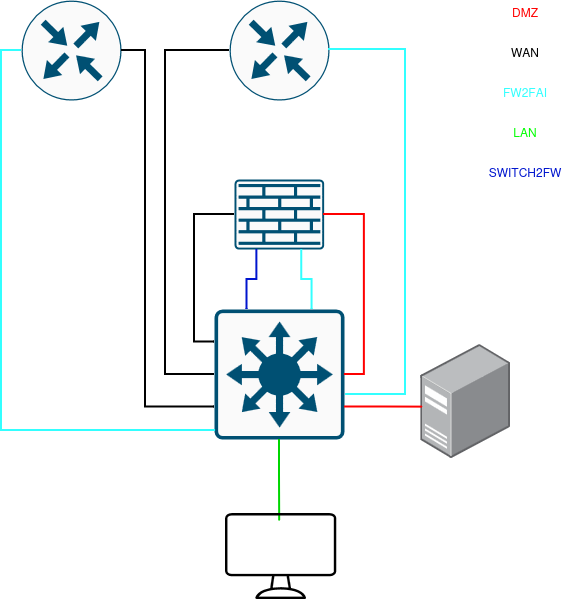
The draw.io diagram docs/assets/SchemaPhyDMZ.drawio.png in DSISportLudique/SportLudique2Doc, before a commit. Source tidied: cells renumbered, new cells last; positions are measured from the earlier drawing's top-left corner, leaving out a move shared by most shapes. The source it was exported from:
```xml
<mxGraphModel>
  <root>
    <mxCell id="0" />
    <mxCell id="1" parent="0" />
    <mxCell id="2" style="sketch=0;points=[[0.015,0.015,0],[0.985,0.015,0],[0.985,0.985,0],[0.015,0.985,0],[0.25,0,0],[0.5,0,0],[0.75,0,0],[1,0.25,0],[1,0.5,0],[1,0.75,0],[0.75,1,0],[0.5,1,0],[0.25,1,0],[0,0.75,0],[0,0.5,0],[0,0.25,0]];verticalLabelPosition=bottom;html=1;verticalAlign=top;align=center;shape=mxgraph.cisco19.rect;prIcon=l3_switch;fillColor=#FAFAFA;strokeColor=#005073;" parent="1" vertex="1">
      <mxGeometry x="193" y="309" width="130" height="130" as="geometry" />
    </mxCell>
    <mxCell id="3" style="sketch=0;points=[[0.015,0.015,0],[0.985,0.015,0],[0.985,0.985,0],[0.015,0.985,0],[0.25,0,0],[0.5,0,0],[0.75,0,0],[1,0.25,0],[1,0.5,0],[1,0.75,0],[0.75,1,0],[0.5,1,0],[0.25,1,0],[0,0.75,0],[0,0.5,0],[0,0.25,0]];verticalLabelPosition=bottom;html=1;verticalAlign=top;align=center;shape=mxgraph.cisco19.rect;prIcon=firewall;fillColor=#FAFAFA;strokeColor=#005073;" parent="1" vertex="1">
      <mxGeometry x="213" y="179" width="89.6" height="70" as="geometry" />
    </mxCell>
    <mxCell id="4" style="sketch=0;points=[[0.5,0,0],[1,0.5,0],[0.5,1,0],[0,0.5,0],[0.145,0.145,0],[0.8555,0.145,0],[0.855,0.8555,0],[0.145,0.855,0]];verticalLabelPosition=bottom;html=1;verticalAlign=top;align=center;shape=mxgraph.cisco19.rect;prIcon=router;fillColor=#FAFAFA;strokeColor=#005073;" parent="1" vertex="1">
      <mxGeometry x="208" width="100" height="100" as="geometry" />
    </mxCell>
    <mxCell id="5" style="edgeStyle=orthogonalEdgeStyle;rounded=0;jettySize=auto;html=1;exitX=0.75;exitY=0;exitDx=0;exitDy=0;exitPerimeter=0;entryX=0.75;entryY=1;entryDx=0;entryDy=0;entryPerimeter=0;endArrow=none;endFill=0;strokeColor=#33FFFF;strokeWidth=2;" parent="1" edge="1" source="2" target="3">
      <mxGeometry relative="1" as="geometry" />
    </mxCell>
    <mxCell id="6" style="edgeStyle=orthogonalEdgeStyle;rounded=0;jettySize=auto;html=1;exitX=1;exitY=0.5;exitDx=0;exitDy=0;exitPerimeter=0;entryX=1;entryY=0.5;entryDx=0;entryDy=0;entryPerimeter=0;endArrow=none;endFill=0;strokeColor=#FF0000;strokeWidth=2;" parent="1" edge="1" source="3" target="2">
      <mxGeometry relative="1" as="geometry" />
    </mxCell>
    <mxCell id="7" style="image;points=[];html=1;align=center;shadow=0;dashed=0;image=img/lib/allied_telesis/computer_and_terminals/Server_Desktop.svg;" parent="1" vertex="1">
      <mxGeometry x="399.4" y="344.2" width="89.6" height="113.6" as="geometry" />
    </mxCell>
    <mxCell id="8" style="edgeStyle=orthogonalEdgeStyle;rounded=0;jettySize=auto;html=1;exitX=1;exitY=0.75;exitDx=0;exitDy=0;exitPerimeter=0;entryX=0.021;entryY=0.55;entryDx=0;entryDy=0;entryPerimeter=0;endArrow=none;endFill=0;strokeColor=#FF0000;strokeWidth=2;" parent="1" edge="1" source="2" target="7">
      <mxGeometry relative="1" as="geometry" />
    </mxCell>
    <mxCell id="9" style="sketch=0;points=[[0.5,0,0],[1,0.5,0],[0.5,1,0],[0,0.5,0],[0.145,0.145,0],[0.8555,0.145,0],[0.855,0.8555,0],[0.145,0.855,0]];verticalLabelPosition=bottom;html=1;verticalAlign=top;align=center;shape=mxgraph.cisco19.rect;prIcon=router;fillColor=#FAFAFA;strokeColor=#005073;" parent="1" vertex="1">
      <mxGeometry width="100" height="100" as="geometry" />
    </mxCell>
    <mxCell id="10" style="edgeStyle=orthogonalEdgeStyle;rounded=0;jettySize=auto;html=1;exitX=0;exitY=0.75;exitDx=0;exitDy=0;exitPerimeter=0;entryX=1;entryY=0.5;entryDx=0;entryDy=0;entryPerimeter=0;endArrow=none;endFill=0;strokeWidth=2;" parent="1" edge="1" source="2" target="9">
      <mxGeometry relative="1" as="geometry">
        <Array as="points">
          <mxPoint x="124" y="406.5" />
          <mxPoint x="124" y="49.1" />
        </Array>
      </mxGeometry>
    </mxCell>
    <mxCell id="11" style="edgeStyle=orthogonalEdgeStyle;rounded=0;jettySize=auto;html=1;exitX=1;exitY=0.5;exitDx=0;exitDy=0;exitPerimeter=0;entryX=1.008;entryY=0.654;entryDx=0;entryDy=0;entryPerimeter=0;endArrow=none;endFill=0;strokeColor=#33FFFF;strokeWidth=2;" parent="1" edge="1" source="4" target="2">
      <mxGeometry relative="1" as="geometry">
        <Array as="points">
          <mxPoint x="384" y="49" />
          <mxPoint x="384" y="394" />
        </Array>
      </mxGeometry>
    </mxCell>
    <mxCell id="12" style="edgeStyle=orthogonalEdgeStyle;rounded=0;jettySize=auto;html=1;exitX=0;exitY=0.5;exitDx=0;exitDy=0;exitPerimeter=0;entryX=0.008;entryY=0.931;entryDx=0;entryDy=0;entryPerimeter=0;endArrow=none;endFill=0;strokeColor=#33FFFF;strokeWidth=2;" parent="1" edge="1" source="9" target="2">
      <mxGeometry relative="1" as="geometry" />
    </mxCell>
    <mxCell id="13" value="&lt;div&gt;&lt;span style=&quot;color: rgb(255, 0, 0);&quot;&gt;DMZ&lt;/span&gt;&lt;/div&gt;&lt;div&gt;&lt;span style=&quot;color: rgb(255, 0, 0);&quot;&gt;&lt;br&gt;&lt;/span&gt;&lt;/div&gt;" style="text;html=1;whiteSpace=wrap;strokeColor=none;fillColor=none;align=center;verticalAlign=middle;rounded=0;" parent="1" vertex="1">
      <mxGeometry x="474" y="4" width="60" height="30" as="geometry" />
    </mxCell>
    <mxCell id="14" value="WAN" style="text;html=1;whiteSpace=wrap;strokeColor=none;fillColor=none;align=center;verticalAlign=middle;rounded=0;" parent="1" vertex="1">
      <mxGeometry x="474" y="37" width="60" height="30" as="geometry" />
    </mxCell>
    <mxCell id="15" value="&lt;span style=&quot;color: rgb(51, 255, 255);&quot;&gt;FW2FAI&lt;/span&gt;" style="text;html=1;whiteSpace=wrap;strokeColor=none;fillColor=none;align=center;verticalAlign=middle;rounded=0;" parent="1" vertex="1">
      <mxGeometry x="474" y="77" width="60" height="30" as="geometry" />
    </mxCell>
    <mxCell id="16" value="&lt;span style=&quot;color: rgb(0, 255, 0);&quot;&gt;LAN&lt;/span&gt;" style="text;html=1;whiteSpace=wrap;strokeColor=none;fillColor=none;align=center;verticalAlign=middle;rounded=0;" parent="1" vertex="1">
      <mxGeometry x="474" y="117" width="60" height="30" as="geometry" />
    </mxCell>
    <mxCell id="17" style="edgeStyle=orthogonalEdgeStyle;rounded=0;jettySize=auto;html=1;exitX=0;exitY=0.25;exitDx=0;exitDy=0;exitPerimeter=0;entryX=0;entryY=0.5;entryDx=0;entryDy=0;entryPerimeter=0;strokeWidth=2;endArrow=none;endFill=0;" parent="1" edge="1" source="2" target="3">
      <mxGeometry relative="1" as="geometry" />
    </mxCell>
    <mxCell id="18" style="edgeStyle=orthogonalEdgeStyle;rounded=0;jettySize=auto;html=1;exitX=0;exitY=0.5;exitDx=0;exitDy=0;exitPerimeter=0;entryX=0;entryY=0.5;entryDx=0;entryDy=0;entryPerimeter=0;strokeWidth=2;endArrow=none;endFill=0;" parent="1" edge="1" source="2" target="4">
      <mxGeometry relative="1" as="geometry">
        <Array as="points">
          <mxPoint x="144" y="374" />
          <mxPoint x="144" y="49.1" />
        </Array>
      </mxGeometry>
    </mxCell>
    <mxCell id="19" style="edgeStyle=orthogonalEdgeStyle;rounded=0;jettySize=auto;html=1;entryX=0.487;entryY=0.088;entryDx=0;entryDy=0;entryPerimeter=0;endArrow=none;endFill=0;exitX=0.5;exitY=1;exitDx=0;exitDy=0;exitPerimeter=0;strokeColor=#00D600;strokeWidth=2;" parent="1" edge="1" source="2" target="20">
      <mxGeometry relative="1" as="geometry" />
    </mxCell>
    <mxCell id="20" style="sketch=0;verticalLabelPosition=bottom;sketch=0;html=1;verticalAlign=top;strokeColor=none;fillColor=#000000;align=center;outlineConnect=0;shape=mxgraph.citrix2.desktop;" parent="1" vertex="1">
      <mxGeometry x="204" y="513" width="111.2" height="86" as="geometry" />
    </mxCell>
    <mxCell id="21" style="edgeStyle=orthogonalEdgeStyle;rounded=0;jettySize=auto;html=1;exitX=0.25;exitY=0;exitDx=0;exitDy=0;exitPerimeter=0;entryX=0.25;entryY=1;entryDx=0;entryDy=0;entryPerimeter=0;endArrow=none;endFill=0;strokeWidth=2;strokeColor=#0015CE;" parent="1" edge="1" source="2" target="3">
      <mxGeometry relative="1" as="geometry" />
    </mxCell>
    <mxCell id="22" value="&lt;span style=&quot;color: rgb(0, 21, 206);&quot;&gt;SWITCH2FW&lt;/span&gt;" style="text;html=1;whiteSpace=wrap;strokeColor=none;fillColor=none;align=center;verticalAlign=middle;rounded=0;" parent="1" vertex="1">
      <mxGeometry x="474" y="157" width="60" height="30" as="geometry" />
    </mxCell>
  </root>
</mxGraphModel>
```
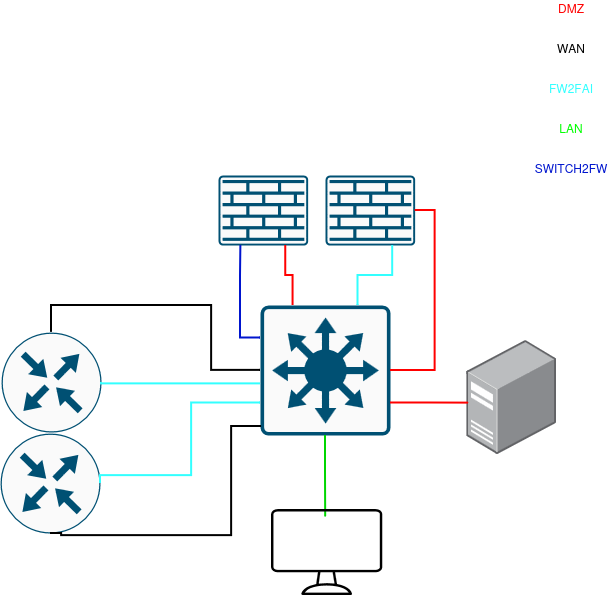
The same diagram one commit later.

Change to the diagram source:
```diff
@@ -6,10 +6,10 @@
       <mxGeometry x="193" y="309" width="130" height="130" as="geometry" />
     </mxCell>
     <mxCell id="3" style="sketch=0;points=[[0.015,0.015,0],[0.985,0.015,0],[0.985,0.985,0],[0.015,0.985,0],[0.25,0,0],[0.5,0,0],[0.75,0,0],[1,0.25,0],[1,0.5,0],[1,0.75,0],[0.75,1,0],[0.5,1,0],[0.25,1,0],[0,0.75,0],[0,0.5,0],[0,0.25,0]];verticalLabelPosition=bottom;html=1;verticalAlign=top;align=center;shape=mxgraph.cisco19.rect;prIcon=firewall;fillColor=#FAFAFA;strokeColor=#005073;" parent="1" vertex="1">
-      <mxGeometry x="213" y="179" width="89.6" height="70" as="geometry" />
+      <mxGeometry x="258" y="179" width="89.6" height="70" as="geometry" />
     </mxCell>
     <mxCell id="4" style="sketch=0;points=[[0.5,0,0],[1,0.5,0],[0.5,1,0],[0,0.5,0],[0.145,0.145,0],[0.8555,0.145,0],[0.855,0.8555,0],[0.145,0.855,0]];verticalLabelPosition=bottom;html=1;verticalAlign=top;align=center;shape=mxgraph.cisco19.rect;prIcon=router;fillColor=#FAFAFA;strokeColor=#005073;" parent="1" vertex="1">
-      <mxGeometry x="208" width="100" height="100" as="geometry" />
+      <mxGeometry x="-66" y="336" width="100" height="100" as="geometry" />
     </mxCell>
     <mxCell id="5" style="edgeStyle=orthogonalEdgeStyle;rounded=0;jettySize=auto;html=1;exitX=0.75;exitY=0;exitDx=0;exitDy=0;exitPerimeter=0;entryX=0.75;entryY=1;entryDx=0;entryDy=0;entryPerimeter=0;endArrow=none;endFill=0;strokeColor=#33FFFF;strokeWidth=2;" parent="1" edge="1" source="2" target="3">
       <mxGeometry relative="1" as="geometry" />
@@ -24,26 +24,24 @@
       <mxGeometry relative="1" as="geometry" />
     </mxCell>
     <mxCell id="9" style="sketch=0;points=[[0.5,0,0],[1,0.5,0],[0.5,1,0],[0,0.5,0],[0.145,0.145,0],[0.8555,0.145,0],[0.855,0.8555,0],[0.145,0.855,0]];verticalLabelPosition=bottom;html=1;verticalAlign=top;align=center;shape=mxgraph.cisco19.rect;prIcon=router;fillColor=#FAFAFA;strokeColor=#005073;" parent="1" vertex="1">
-      <mxGeometry width="100" height="100" as="geometry" />
+      <mxGeometry x="-67" y="437" width="100" height="100" as="geometry" />
     </mxCell>
-    <mxCell id="10" style="edgeStyle=orthogonalEdgeStyle;rounded=0;jettySize=auto;html=1;exitX=0;exitY=0.75;exitDx=0;exitDy=0;exitPerimeter=0;entryX=1;entryY=0.5;entryDx=0;entryDy=0;entryPerimeter=0;endArrow=none;endFill=0;strokeWidth=2;" parent="1" edge="1" source="2" target="9">
+    <mxCell id="10" style="edgeStyle=orthogonalEdgeStyle;rounded=0;jettySize=auto;html=1;exitX=0;exitY=0.75;exitDx=0;exitDy=0;exitPerimeter=0;entryX=1;entryY=0.5;entryDx=0;entryDy=0;entryPerimeter=0;endArrow=none;endFill=0;strokeWidth=2;strokeColor=#33FFFF;" parent="1" edge="1" source="2" target="9">
       <mxGeometry relative="1" as="geometry">
         <Array as="points">
-          <mxPoint x="124" y="406.5" />
-          <mxPoint x="124" y="49.1" />
+          <mxPoint x="124.1" y="406.5" />
+          <mxPoint x="124.1" y="479.1" />
         </Array>
       </mxGeometry>
     </mxCell>
-    <mxCell id="11" style="edgeStyle=orthogonalEdgeStyle;rounded=0;jettySize=auto;html=1;exitX=1;exitY=0.5;exitDx=0;exitDy=0;exitPerimeter=0;entryX=1.008;entryY=0.654;entryDx=0;entryDy=0;entryPerimeter=0;endArrow=none;endFill=0;strokeColor=#33FFFF;strokeWidth=2;" parent="1" edge="1" source="4" target="2">
-      <mxGeometry relative="1" as="geometry">
-        <Array as="points">
-          <mxPoint x="384" y="49" />
-          <mxPoint x="384" y="394" />
-        </Array>
-      </mxGeometry>
-    </mxCell>
-    <mxCell id="12" style="edgeStyle=orthogonalEdgeStyle;rounded=0;jettySize=auto;html=1;exitX=0;exitY=0.5;exitDx=0;exitDy=0;exitPerimeter=0;entryX=0.008;entryY=0.931;entryDx=0;entryDy=0;entryPerimeter=0;endArrow=none;endFill=0;strokeColor=#33FFFF;strokeWidth=2;" parent="1" edge="1" source="9" target="2">
-      <mxGeometry relative="1" as="geometry" />
+    <mxCell id="12" style="edgeStyle=orthogonalEdgeStyle;rounded=0;jettySize=auto;html=1;entryX=0.008;entryY=0.931;entryDx=0;entryDy=0;entryPerimeter=0;endArrow=none;endFill=0;strokeColor=#000000;strokeWidth=2;exitX=0.5;exitY=1;exitDx=0;exitDy=0;exitPerimeter=0;" parent="1" edge="1" source="9" target="2">
+      <mxGeometry relative="1" as="geometry">
+        <Array as="points">
+          <mxPoint x="-5.9" y="539.1" />
+          <mxPoint x="164.1" y="539.1" />
+          <mxPoint x="164.1" y="430" />
+        </Array>
+      </mxGeometry>
     </mxCell>
     <mxCell id="13" value="&lt;div&gt;&lt;span style=&quot;color: rgb(255, 0, 0);&quot;&gt;DMZ&lt;/span&gt;&lt;/div&gt;&lt;div&gt;&lt;span style=&quot;color: rgb(255, 0, 0);&quot;&gt;&lt;br&gt;&lt;/span&gt;&lt;/div&gt;" style="text;html=1;whiteSpace=wrap;strokeColor=none;fillColor=none;align=center;verticalAlign=middle;rounded=0;" parent="1" vertex="1">
       <mxGeometry x="474" y="4" width="60" height="30" as="geometry" />
@@ -57,14 +55,12 @@
     <mxCell id="16" value="&lt;span style=&quot;color: rgb(0, 255, 0);&quot;&gt;LAN&lt;/span&gt;" style="text;html=1;whiteSpace=wrap;strokeColor=none;fillColor=none;align=center;verticalAlign=middle;rounded=0;" parent="1" vertex="1">
       <mxGeometry x="474" y="117" width="60" height="30" as="geometry" />
     </mxCell>
-    <mxCell id="17" style="edgeStyle=orthogonalEdgeStyle;rounded=0;jettySize=auto;html=1;exitX=0;exitY=0.25;exitDx=0;exitDy=0;exitPerimeter=0;entryX=0;entryY=0.5;entryDx=0;entryDy=0;entryPerimeter=0;strokeWidth=2;endArrow=none;endFill=0;" parent="1" edge="1" source="2" target="3">
-      <mxGeometry relative="1" as="geometry" />
-    </mxCell>
-    <mxCell id="18" style="edgeStyle=orthogonalEdgeStyle;rounded=0;jettySize=auto;html=1;exitX=0;exitY=0.5;exitDx=0;exitDy=0;exitPerimeter=0;entryX=0;entryY=0.5;entryDx=0;entryDy=0;entryPerimeter=0;strokeWidth=2;endArrow=none;endFill=0;" parent="1" edge="1" source="2" target="4">
+    <mxCell id="18" style="edgeStyle=orthogonalEdgeStyle;rounded=0;jettySize=auto;html=1;exitX=0;exitY=0.5;exitDx=0;exitDy=0;exitPerimeter=0;entryX=0.5;entryY=0;entryDx=0;entryDy=0;entryPerimeter=0;strokeWidth=2;endArrow=none;endFill=0;" parent="1" edge="1" source="2" target="4">
       <mxGeometry relative="1" as="geometry">
         <Array as="points">
-          <mxPoint x="144" y="374" />
-          <mxPoint x="144" y="49.1" />
+          <mxPoint x="144.1" y="374" />
+          <mxPoint x="144.1" y="309.1" />
+          <mxPoint x="-15.9" y="309.1" />
         </Array>
       </mxGeometry>
     </mxCell>
@@ -74,11 +70,24 @@
     <mxCell id="20" style="sketch=0;verticalLabelPosition=bottom;sketch=0;html=1;verticalAlign=top;strokeColor=none;fillColor=#000000;align=center;outlineConnect=0;shape=mxgraph.citrix2.desktop;" parent="1" vertex="1">
       <mxGeometry x="204" y="513" width="111.2" height="86" as="geometry" />
     </mxCell>
-    <mxCell id="21" style="edgeStyle=orthogonalEdgeStyle;rounded=0;jettySize=auto;html=1;exitX=0.25;exitY=0;exitDx=0;exitDy=0;exitPerimeter=0;entryX=0.25;entryY=1;entryDx=0;entryDy=0;entryPerimeter=0;endArrow=none;endFill=0;strokeWidth=2;strokeColor=#0015CE;" parent="1" edge="1" source="2" target="3">
-      <mxGeometry relative="1" as="geometry" />
-    </mxCell>
     <mxCell id="22" value="&lt;span style=&quot;color: rgb(0, 21, 206);&quot;&gt;SWITCH2FW&lt;/span&gt;" style="text;html=1;whiteSpace=wrap;strokeColor=none;fillColor=none;align=center;verticalAlign=middle;rounded=0;" parent="1" vertex="1">
       <mxGeometry x="474" y="157" width="60" height="30" as="geometry" />
     </mxCell>
+    <mxCell id="23" style="sketch=0;points=[[0.015,0.015,0],[0.985,0.015,0],[0.985,0.985,0],[0.015,0.985,0],[0.25,0,0],[0.5,0,0],[0.75,0,0],[1,0.25,0],[1,0.5,0],[1,0.75,0],[0.75,1,0],[0.5,1,0],[0.25,1,0],[0,0.75,0],[0,0.5,0],[0,0.25,0]];verticalLabelPosition=bottom;html=1;verticalAlign=top;align=center;shape=mxgraph.cisco19.rect;prIcon=firewall;fillColor=#FAFAFA;strokeColor=#005073;" parent="1" vertex="1">
+      <mxGeometry x="151" y="179" width="89.6" height="70" as="geometry" />
+    </mxCell>
+    <mxCell id="24" style="edgeStyle=orthogonalEdgeStyle;rounded=0;jettySize=auto;html=1;exitX=0;exitY=0.25;exitDx=0;exitDy=0;exitPerimeter=0;entryX=0.25;entryY=1;entryDx=0;entryDy=0;entryPerimeter=0;endArrow=none;endFill=0;strokeWidth=2;strokeColor=#0015CE;" parent="1" edge="1" source="2" target="23">
+      <mxGeometry relative="1" as="geometry" />
+    </mxCell>
+    <mxCell id="25" style="edgeStyle=orthogonalEdgeStyle;rounded=0;jettySize=auto;html=1;exitX=0.75;exitY=1;exitDx=0;exitDy=0;exitPerimeter=0;entryX=0.25;entryY=0;entryDx=0;entryDy=0;entryPerimeter=0;endArrow=none;endFill=0;strokeWidth=2;strokeColor=#FF0000;" parent="1" edge="1" source="23" target="2">
+      <mxGeometry relative="1" as="geometry" />
+    </mxCell>
+    <mxCell id="11" style="edgeStyle=orthogonalEdgeStyle;rounded=0;jettySize=auto;html=1;exitX=1;exitY=0.5;exitDx=0;exitDy=0;exitPerimeter=0;entryX=0.001;entryY=0.603;entryDx=0;entryDy=0;entryPerimeter=0;strokeWidth=2;strokeColor=#33FFFF;endArrow=none;endFill=0;" parent="1" edge="1" source="4" target="2">
+      <mxGeometry relative="1" as="geometry">
+        <Array as="points">
+          <mxPoint x="34.1" y="387.4" />
+        </Array>
+      </mxGeometry>
+    </mxCell>
   </root>
 </mxGraphModel>
```
